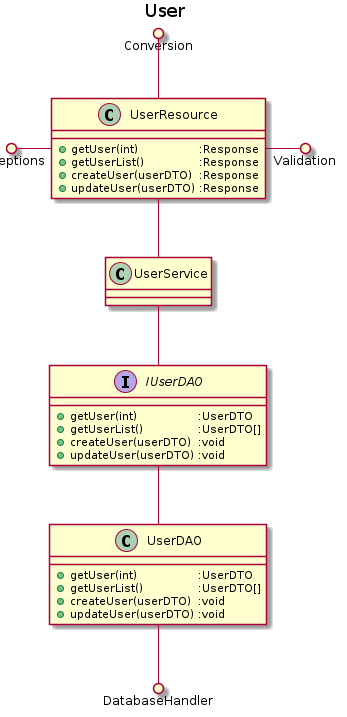
The PlantUML diagram UML/class/delt/user.png in GRP25/CDIO_Final, before a commit.
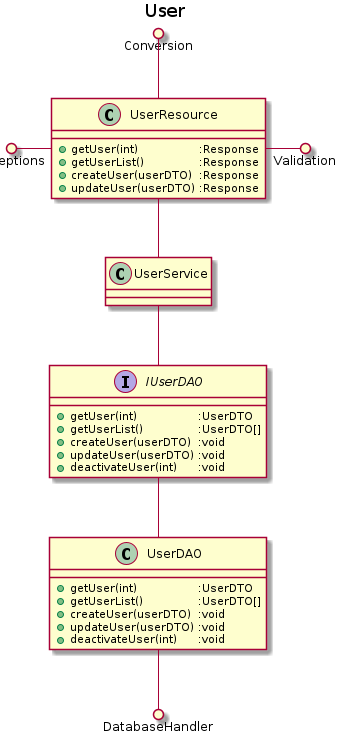
Above is the later version.

Change to the diagram source:
```diff
@@ -5,12 +5,14 @@
     + getUserList()\t\t:UserDTO[]
     + createUser(userDTO)\t:void
     + updateUser(userDTO)\t:void
+    + deactivateUser(int)\t:void
 }
 interface "IUserDAO" as iusrdao {
     + getUser(int)\t\t:UserDTO
     + getUserList()\t\t:UserDTO[]
     + createUser(userDTO)\t:void
     + updateUser(userDTO)\t:void
+    + deactivateUser(int)\t:void
 }
 class "UserService" as usrser {
 }
```
